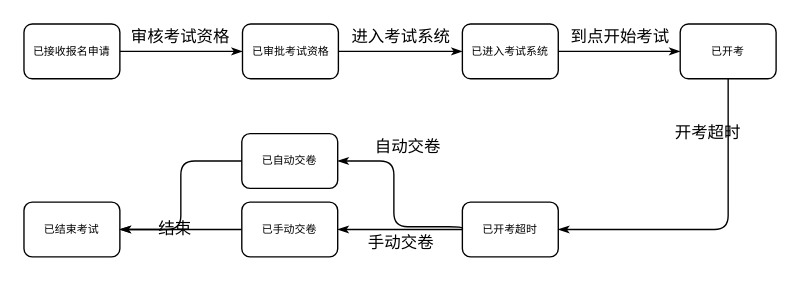
Above: page "状态图" (6 of 7) of BaHomework-ExamSys.drawio in Vaycent/MyDiagrams (draw.io), before the change. Source tidied: cells renumbered, new cells numbered last; positions are measured from the earlier drawing's top-left corner, leaving out a move shared by most shapes. Both pictures are drawn from the tidied source at 137%, with x=0, y=0 at pixel (23, 23).
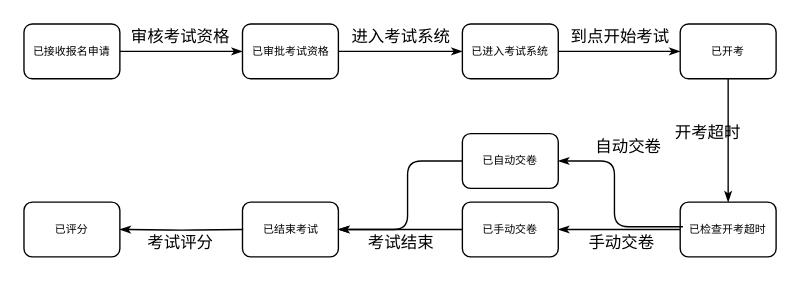
The same page after the edit.

Unchanged cells that the change refers to:
```xml
<mxCell id="5" value="已开考" style="rounded=1;whiteSpace=wrap;html=1;shadow=0;labelBackgroundColor=none;strokeWidth=1;fontFamily=Verdana;fontSize=8;align=center;" parent="1" vertex="1">
  <mxGeometry x="479" width="70" height="40" as="geometry" />
</mxCell>
```

Diff of the diagram source:
```diff
@@
     <mxCell id="6" value="已结束考试" style="rounded=1;whiteSpace=wrap;html=1;shadow=0;labelBackgroundColor=none;strokeWidth=1;fontFamily=Verdana;fontSize=8;align=center;" parent="1" vertex="1">
-      <mxGeometry y="130" width="70" height="40" as="geometry" />
+      <mxGeometry x="159.5" y="130" width="70" height="40" as="geometry" />
     </mxCell>
@@
-    <mxCell id="13" value="已开考超时" style="rounded=1;whiteSpace=wrap;html=1;shadow=0;labelBackgroundColor=none;strokeWidth=1;fontFamily=Verdana;fontSize=8;align=center;" parent="1" vertex="1">
-      <mxGeometry x="320" y="130" width="70" height="40" as="geometry" />
+    <mxCell id="13" value="已检查开考超时" style="rounded=1;whiteSpace=wrap;html=1;shadow=0;labelBackgroundColor=none;strokeWidth=1;fontFamily=Verdana;fontSize=8;align=center;" parent="1" vertex="1">
+      <mxGeometry x="479" y="130" width="70" height="40" as="geometry" />
     </mxCell>
-    <mxCell id="14" style="edgeStyle=orthogonalEdgeStyle;rounded=1;html=1;labelBackgroundColor=none;startArrow=none;startFill=0;startSize=5;endArrow=classicThin;endFill=1;endSize=5;jettySize=auto;strokeWidth=1;fontFamily=Verdana;fontSize=8;entryX=1;entryY=0.5;entryDx=0;entryDy=0;exitX=0.5;exitY=1;exitDx=0;exitDy=0;" parent="1" edge="1" source="5" target="13">
-      <mxGeometry relative="1" as="geometry">
-        <Array as="points">
-          <mxPoint x="514" y="150" />
-        </Array>
-      </mxGeometry>
-    </mxCell>
@@
     <mxCell id="16" value="已手动交卷" style="rounded=1;whiteSpace=wrap;html=1;shadow=0;labelBackgroundColor=none;strokeWidth=1;fontFamily=Verdana;fontSize=8;align=center;" parent="1" vertex="1">
-      <mxGeometry x="159" y="130" width="70" height="40" as="geometry" />
+      <mxGeometry x="320" y="130" width="70" height="40" as="geometry" />
     </mxCell>
@@
     <mxCell id="18" value="手动交卷" style="text;html=1;align=center;verticalAlign=middle;fillColor=none;strokeColor=none;rounded=0;" parent="1" vertex="1">
-      <mxGeometry x="245" y="150" width="60" height="20" as="geometry" />
+      <mxGeometry x="406" y="150" width="60" height="20" as="geometry" />
     </mxCell>
     <mxCell id="19" value="已自动交卷" style="rounded=1;whiteSpace=wrap;html=1;shadow=0;labelBackgroundColor=none;strokeWidth=1;fontFamily=Verdana;fontSize=8;align=center;" parent="1" vertex="1">
-      <mxGeometry x="159" y="80" width="70" height="40" as="geometry" />
+      <mxGeometry x="320" y="80" width="70" height="40" as="geometry" />
     </mxCell>
-    <mxCell id="20" style="edgeStyle=orthogonalEdgeStyle;rounded=1;html=1;labelBackgroundColor=none;startArrow=none;startFill=0;startSize=5;endArrow=classicThin;endFill=1;endSize=5;jettySize=auto;strokeWidth=1;fontFamily=Verdana;fontSize=8;entryX=1;entryY=0.5;entryDx=0;entryDy=0;exitX=0;exitY=0.5;exitDx=0;exitDy=0;" parent="1" edge="1" source="13" target="19">
+    <mxCell id="20" style="edgeStyle=orthogonalEdgeStyle;rounded=1;html=1;labelBackgroundColor=none;startArrow=none;startFill=0;startSize=5;endArrow=classicThin;endFill=1;endSize=5;jettySize=auto;strokeWidth=1;fontFamily=Verdana;fontSize=8;entryX=1;entryY=0.5;entryDx=0;entryDy=0;" parent="1" edge="1" target="19">
       <mxGeometry relative="1" as="geometry">
+        <mxPoint x="481" y="148" as="sourcePoint" />
         <Array as="points">
-          <mxPoint x="320" y="148" />
-          <mxPoint x="270" y="148" />
-          <mxPoint x="270" y="100" />
+          <mxPoint x="481" y="148" />
+          <mxPoint x="431" y="148" />
+          <mxPoint x="431" y="100" />
         </Array>
       </mxGeometry>
     </mxCell>
     <mxCell id="21" value="自动交卷" style="text;html=1;align=center;verticalAlign=middle;fillColor=none;strokeColor=none;rounded=0;" parent="1" vertex="1">
-      <mxGeometry x="250" y="80" width="60" height="20" as="geometry" />
+      <mxGeometry x="411" y="80" width="60" height="20" as="geometry" />
     </mxCell>
@@
     <mxCell id="23" style="edgeStyle=orthogonalEdgeStyle;rounded=1;html=1;labelBackgroundColor=none;startArrow=none;startFill=0;startSize=5;endArrow=classicThin;endFill=1;endSize=5;jettySize=auto;strokeWidth=1;fontFamily=Verdana;fontSize=8;entryX=1;entryY=0.5;entryDx=0;entryDy=0;exitX=0;exitY=0.5;exitDx=0;exitDy=0;" parent="1" edge="1" source="19" target="6">
-      <mxGeometry relative="1" as="geometry" />
+      <mxGeometry relative="1" as="geometry">
+        <Array as="points">
+          <mxPoint x="280" y="100" />
+          <mxPoint x="280" y="150" />
+        </Array>
+      </mxGeometry>
     </mxCell>
-    <mxCell id="24" value="结束" style="text;html=1;align=center;verticalAlign=middle;fillColor=none;strokeColor=none;rounded=0;" parent="1" vertex="1">
-      <mxGeometry x="90" y="140" width="40" height="20" as="geometry" />
+    <mxCell id="24" value="考试结束" style="text;html=1;align=center;verticalAlign=middle;fillColor=none;strokeColor=none;rounded=0;" parent="1" vertex="1">
+      <mxGeometry x="245" y="150" width="60" height="20" as="geometry" />
     </mxCell>
+    <mxCell id="14" style="edgeStyle=orthogonalEdgeStyle;rounded=1;html=1;labelBackgroundColor=none;startArrow=none;startFill=0;startSize=5;endArrow=classicThin;endFill=1;endSize=5;jettySize=auto;strokeWidth=1;fontFamily=Verdana;fontSize=8;entryX=0.5;entryY=0;entryDx=0;entryDy=0;exitX=0.5;exitY=1;exitDx=0;exitDy=0;" parent="1" edge="1" source="5" target="13">
+      <mxGeometry relative="1" as="geometry" />
+    </mxCell>
+    <mxCell id="25" value="已评分" style="rounded=1;whiteSpace=wrap;html=1;shadow=0;labelBackgroundColor=none;strokeWidth=1;fontFamily=Verdana;fontSize=8;align=center;" parent="1" vertex="1">
+      <mxGeometry y="130" width="70" height="40" as="geometry" />
+    </mxCell>
+    <mxCell id="26" style="edgeStyle=orthogonalEdgeStyle;rounded=1;html=1;labelBackgroundColor=none;startArrow=none;startFill=0;startSize=5;endArrow=classicThin;endFill=1;endSize=5;jettySize=auto;strokeWidth=1;fontFamily=Verdana;fontSize=8;entryX=1;entryY=0.5;entryDx=0;entryDy=0;" parent="1" edge="1" target="25">
+      <mxGeometry relative="1" as="geometry">
+        <mxPoint x="160" y="150" as="sourcePoint" />
+      </mxGeometry>
+    </mxCell>
+    <mxCell id="27" value="考试评分" style="text;html=1;align=center;verticalAlign=middle;fillColor=none;strokeColor=none;rounded=0;" parent="1" vertex="1">
+      <mxGeometry x="84" y="150" width="60" height="20" as="geometry" />
+    </mxCell>
```
